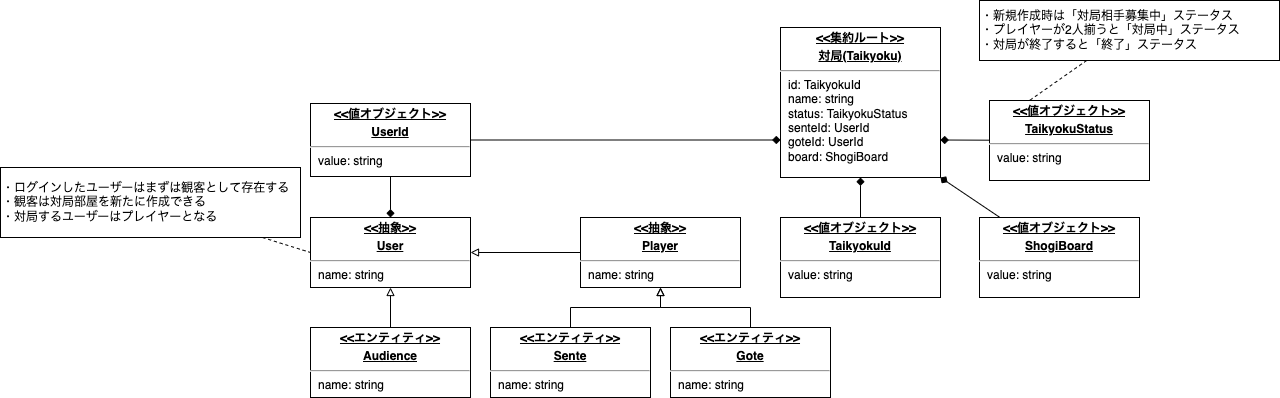
Earlier version of the draw.io export doc/ドメインモデル図.drawio.png (naohiro-kumagai/shogi). Source tidied: cells renumbered, new cells last; positions are measured from the earlier drawing's top-left corner, leaving out a move shared by most shapes.
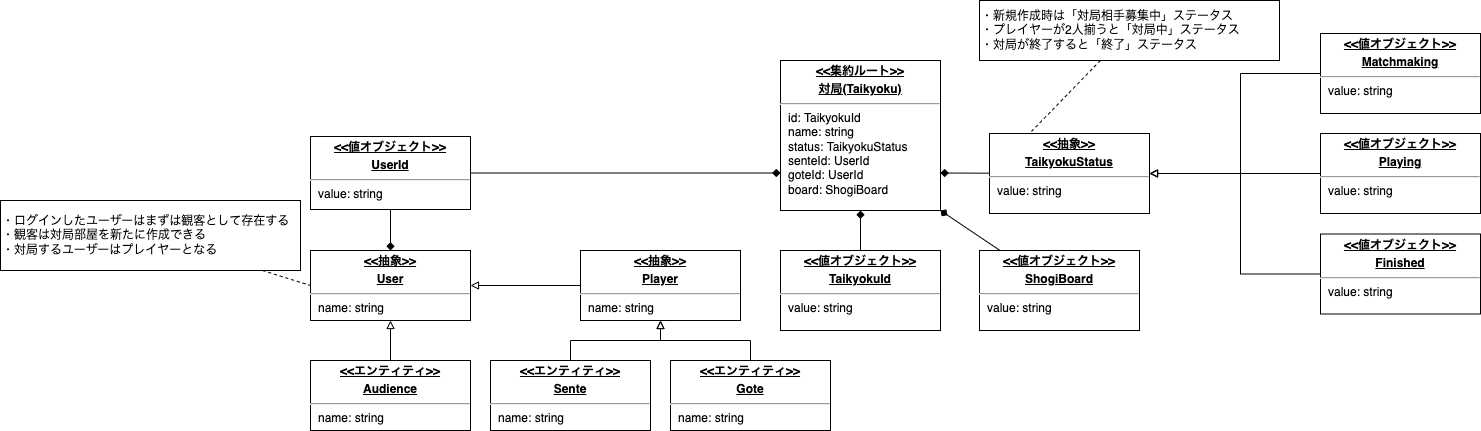
Later version of the same file.

Diff of the diagram source:
```diff
@@ -15,12 +15,12 @@
       <mxGeometry relative="1" as="geometry" />
     </mxCell>
     <mxCell id="6" value="・新規作成時は「対局相手募集中」ステータス&lt;br&gt;・プレイヤーが2人揃うと「対局中」ステータス&lt;br&gt;・対局が終了すると「終了」ステータス" style="rounded=0;whiteSpace=wrap;html=1;align=left;" parent="1" vertex="1">
-      <mxGeometry x="979" width="300" height="60" as="geometry" />
+      <mxGeometry x="979" y="-33" width="300" height="60" as="geometry" />
     </mxCell>
     <mxCell id="7" style="edgeStyle=none;html=1;entryX=1;entryY=0.75;entryDx=0;entryDy=0;endArrow=diamond;endFill=1;" parent="1" edge="1" source="8" target="2">
       <mxGeometry relative="1" as="geometry" />
     </mxCell>
-    <mxCell id="8" value="&lt;p style=&quot;margin:0px;margin-top:4px;text-align:center;text-decoration:underline;&quot;&gt;&lt;b&gt;&amp;lt;&amp;lt;値オブジェクト&amp;gt;&amp;gt;&lt;/b&gt;&lt;/p&gt;&lt;p style=&quot;margin:0px;margin-top:4px;text-align:center;text-decoration:underline;&quot;&gt;&lt;b&gt;TaikyokuStatus&lt;/b&gt;&lt;/p&gt;&lt;hr&gt;&lt;p style=&quot;margin:0px;margin-left:8px;&quot;&gt;value: string&lt;/p&gt;" style="verticalAlign=top;align=left;overflow=fill;fontSize=12;fontFamily=Helvetica;html=1;" parent="1" vertex="1">
+    <mxCell id="8" value="&lt;p style=&quot;margin:0px;margin-top:4px;text-align:center;text-decoration:underline;&quot;&gt;&lt;b&gt;&amp;lt;&amp;lt;抽象&amp;gt;&amp;gt;&lt;/b&gt;&lt;/p&gt;&lt;p style=&quot;margin:0px;margin-top:4px;text-align:center;text-decoration:underline;&quot;&gt;&lt;b&gt;TaikyokuStatus&lt;/b&gt;&lt;/p&gt;&lt;hr&gt;&lt;p style=&quot;margin:0px;margin-left:8px;&quot;&gt;value: string&lt;/p&gt;" style="verticalAlign=top;align=left;overflow=fill;fontSize=12;fontFamily=Helvetica;html=1;" parent="1" vertex="1">
       <mxGeometry x="989" y="100" width="160" height="80" as="geometry" />
     </mxCell>
     <mxCell id="9" style="edgeStyle=none;html=1;entryX=1;entryY=0.5;entryDx=0;entryDy=0;endArrow=block;endFill=0;" parent="1" edge="1" source="10" target="14">
@@ -73,5 +73,33 @@
     <mxCell id="24" value="&lt;p style=&quot;margin:0px;margin-top:4px;text-align:center;text-decoration:underline;&quot;&gt;&lt;b&gt;&amp;lt;&amp;lt;値オブジェクト&amp;gt;&amp;gt;&lt;/b&gt;&lt;/p&gt;&lt;p style=&quot;margin:0px;margin-top:4px;text-align:center;text-decoration:underline;&quot;&gt;&lt;b&gt;UserId&lt;/b&gt;&lt;/p&gt;&lt;hr&gt;&lt;p style=&quot;margin:0px;margin-left:8px;&quot;&gt;value: string&lt;/p&gt;" style="verticalAlign=top;align=left;overflow=fill;fontSize=12;fontFamily=Helvetica;html=1;" parent="1" vertex="1">
       <mxGeometry x="310" y="103" width="160" height="73" as="geometry" />
     </mxCell>
+    <mxCell id="25" style="edgeStyle=none;html=1;endArrow=block;endFill=0;" parent="1" edge="1" source="26" target="8">
+      <mxGeometry relative="1" as="geometry" />
+    </mxCell>
+    <mxCell id="26" value="&lt;p style=&quot;margin:0px;margin-top:4px;text-align:center;text-decoration:underline;&quot;&gt;&lt;b&gt;&amp;lt;&amp;lt;値オブジェクト&amp;gt;&amp;gt;&lt;/b&gt;&lt;/p&gt;&lt;p style=&quot;margin: 4px 0px 0px; text-align: center;&quot;&gt;&lt;b&gt;&lt;u&gt;Playing&lt;/u&gt;&lt;/b&gt;&lt;br&gt;&lt;/p&gt;&lt;hr&gt;&lt;p style=&quot;margin:0px;margin-left:8px;&quot;&gt;value: string&lt;/p&gt;" style="verticalAlign=top;align=left;overflow=fill;fontSize=12;fontFamily=Helvetica;html=1;" parent="1" vertex="1">
+      <mxGeometry x="1320" y="100" width="160" height="80" as="geometry" />
+    </mxCell>
+    <mxCell id="27" style="edgeStyle=orthogonalEdgeStyle;html=1;entryX=1;entryY=0.5;entryDx=0;entryDy=0;endArrow=block;endFill=0;rounded=0;" parent="1" edge="1" source="28" target="8">
+      <mxGeometry relative="1" as="geometry">
+        <Array as="points">
+          <mxPoint x="1240" y="40" />
+          <mxPoint x="1240" y="140" />
+        </Array>
+      </mxGeometry>
+    </mxCell>
+    <mxCell id="28" value="&lt;p style=&quot;margin:0px;margin-top:4px;text-align:center;text-decoration:underline;&quot;&gt;&lt;b&gt;&amp;lt;&amp;lt;値オブジェクト&amp;gt;&amp;gt;&lt;/b&gt;&lt;/p&gt;&lt;p style=&quot;margin: 4px 0px 0px; text-align: center;&quot;&gt;&lt;b&gt;&lt;u&gt;Matchmaking&lt;/u&gt;&lt;/b&gt;&lt;br&gt;&lt;/p&gt;&lt;hr&gt;&lt;p style=&quot;margin:0px;margin-left:8px;&quot;&gt;value: string&lt;/p&gt;" style="verticalAlign=top;align=left;overflow=fill;fontSize=12;fontFamily=Helvetica;html=1;" parent="1" vertex="1">
+      <mxGeometry x="1320" width="160" height="80" as="geometry" />
+    </mxCell>
+    <mxCell id="29" style="edgeStyle=orthogonalEdgeStyle;rounded=0;html=1;entryX=1;entryY=0.5;entryDx=0;entryDy=0;endArrow=block;endFill=0;" parent="1" edge="1" source="30" target="8">
+      <mxGeometry relative="1" as="geometry">
+        <Array as="points">
+          <mxPoint x="1240" y="241" />
+          <mxPoint x="1240" y="140" />
+        </Array>
+      </mxGeometry>
+    </mxCell>
+    <mxCell id="30" value="&lt;p style=&quot;margin:0px;margin-top:4px;text-align:center;text-decoration:underline;&quot;&gt;&lt;b&gt;&amp;lt;&amp;lt;値オブジェクト&amp;gt;&amp;gt;&lt;/b&gt;&lt;/p&gt;&lt;p style=&quot;margin: 4px 0px 0px; text-align: center;&quot;&gt;&lt;b&gt;&lt;u&gt;Finished&lt;/u&gt;&lt;/b&gt;&lt;br&gt;&lt;/p&gt;&lt;hr&gt;&lt;p style=&quot;margin:0px;margin-left:8px;&quot;&gt;value: string&lt;/p&gt;" style="verticalAlign=top;align=left;overflow=fill;fontSize=12;fontFamily=Helvetica;html=1;" parent="1" vertex="1">
+      <mxGeometry x="1320" y="200.5" width="160" height="80" as="geometry" />
+    </mxCell>
   </root>
 </mxGraphModel>
```
